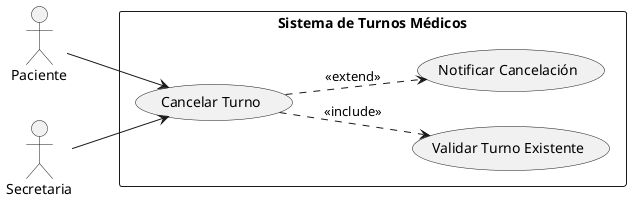
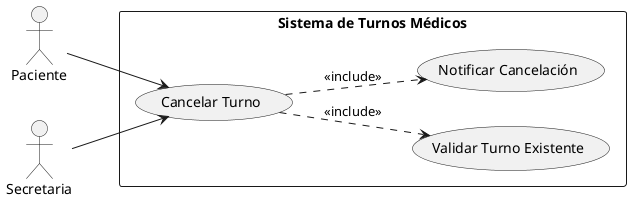
@startuml 02-caso-uso-cancelar-turno
left to right direction

actor Paciente
actor Secretaria

rectangle "Sistema de Turnos Médicos" {

  usecase "Cancelar Turno" as UC03
  usecase "Validar Turno Existente" as UC03_1
  usecase "Notificar Cancelación" as UC03_2

  Paciente --> UC03
  Secretaria --> UC03

  UC03 ..> UC03_1 : <<include>>
-   UC03 ..> UC03_2 : <<extend>>
+   UC03 ..> UC03_2 : <<include>>
}

@enduml